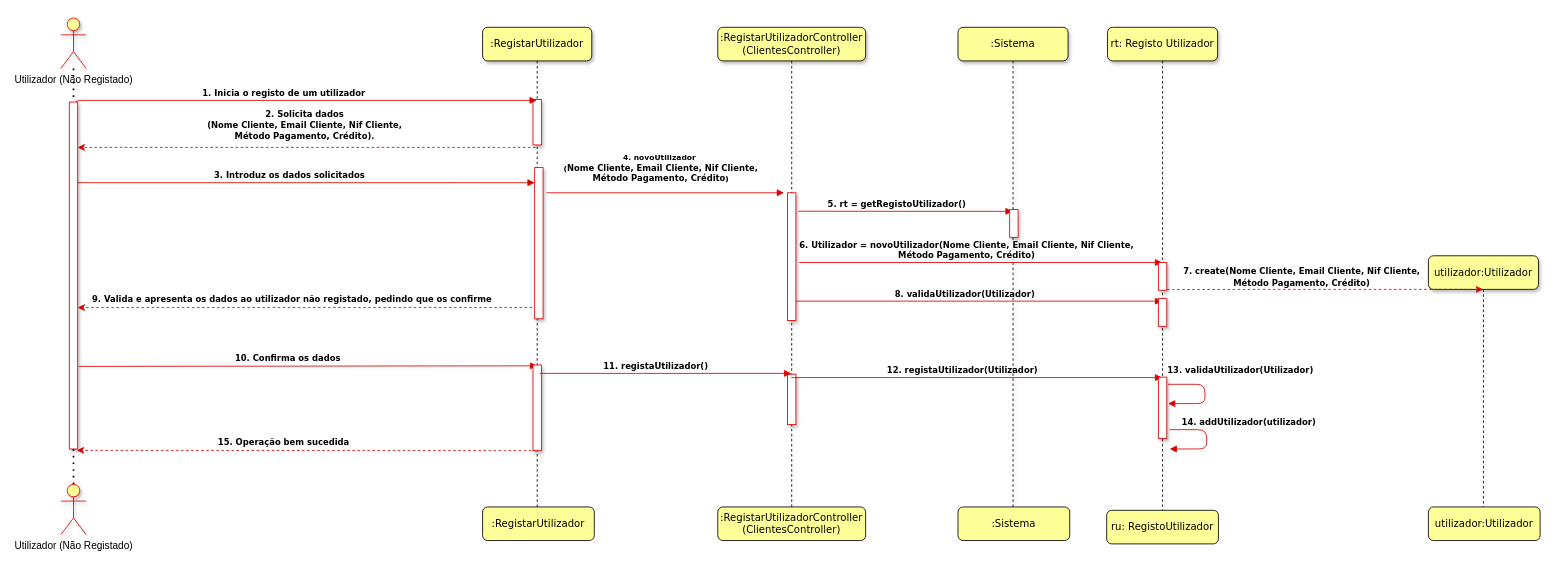
PauloTor/UPskillDOTNET keeps this draw.io diagram as User Stories/UC13/UC13DiagramaSequencia.drawio. Above is the earlier version. Source tidied: cells renumbered, new cells numbered last; positions are measured from the earlier drawing's top-left corner, leaving out a move shared by most shapes. Both pictures are drawn from the tidied source at 84%, with x=0, y=0 at pixel (60, 18).
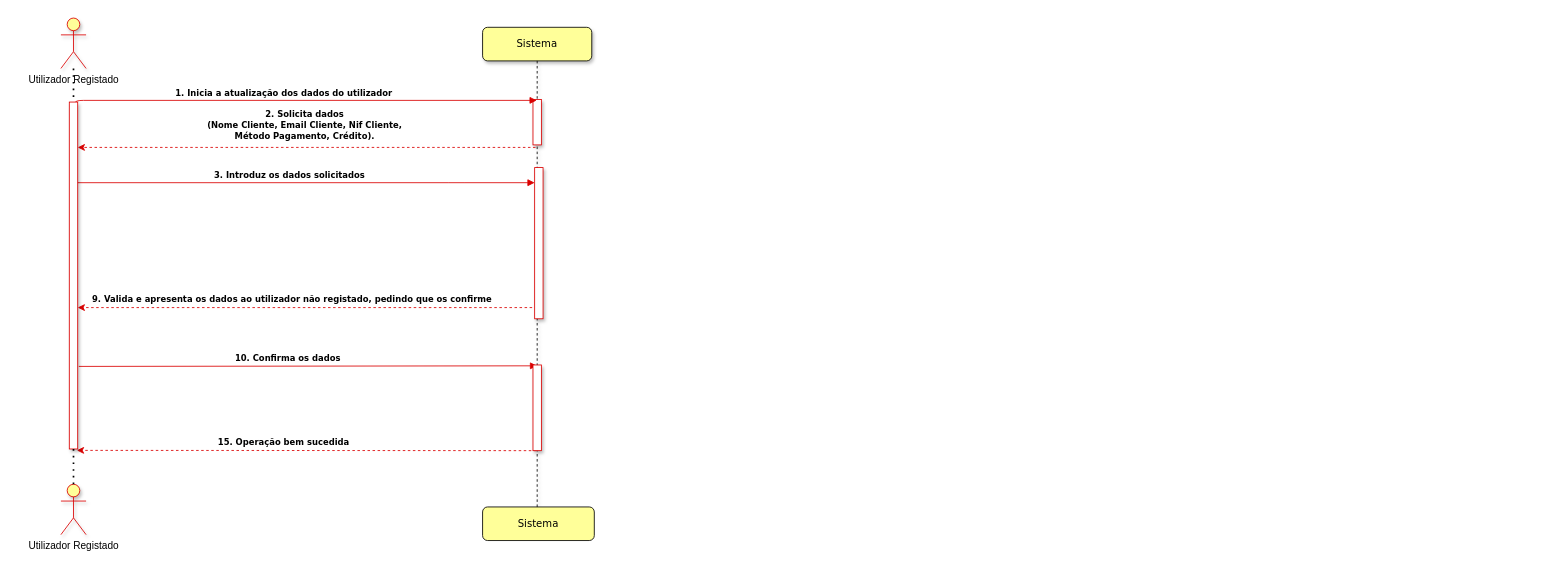
Above is the later version.

Diff of the diagram source:
```diff
@@
-    <mxCell id="2" value=":RegistarUtilizador" style="shape=umlLifeline;perimeter=lifelinePerimeter;whiteSpace=wrap;html=1;outlineConnect=0;rounded=1;shadow=1;comic=0;labelBackgroundColor=none;strokeWidth=1;fontFamily=Verdana;fontSize=12;align=center;fillColor=#FFFF99;" parent="1" vertex="1">
+    <mxCell id="2" value="Sistema" style="shape=umlLifeline;perimeter=lifelinePerimeter;whiteSpace=wrap;html=1;outlineConnect=0;rounded=1;shadow=1;comic=0;labelBackgroundColor=none;strokeWidth=1;fontFamily=Verdana;fontSize=12;align=center;fillColor=#FFFF99;" parent="1" vertex="1">
       <mxGeometry x="502" y="11" width="130" height="597" as="geometry" />
     </mxCell>
@@
-    <mxCell id="5" value="&lt;font style=&quot;font-size: 10px&quot;&gt;&lt;b&gt;1. Inicia o registo de um utilizador&amp;nbsp;&lt;/b&gt;&lt;/font&gt;" style="html=1;verticalAlign=bottom;endArrow=block;labelBackgroundColor=none;fontFamily=Verdana;fontSize=9;edgeStyle=elbowEdgeStyle;elbow=vertical;exitX=1.1;exitY=0.009;exitDx=0;exitDy=0;exitPerimeter=0;strokeColor=#DB0000;" parent="1" edge="1" target="2">
+    <mxCell id="5" value="&lt;font&gt;&lt;b style=&quot;font-size: 10px&quot;&gt;1. Inicia a &lt;/b&gt;&lt;span style=&quot;font-size: 10px&quot;&gt;&lt;b&gt;atualização&lt;/b&gt;&lt;/span&gt;&lt;b style=&quot;font-size: 10px&quot;&gt;&amp;nbsp;dos dados do utilizador&amp;nbsp;&lt;/b&gt;&lt;/font&gt;" style="html=1;verticalAlign=bottom;endArrow=block;labelBackgroundColor=none;fontFamily=Verdana;fontSize=9;edgeStyle=elbowEdgeStyle;elbow=vertical;exitX=1.1;exitY=0.009;exitDx=0;exitDy=0;exitPerimeter=0;strokeColor=#DB0000;" parent="1" edge="1" target="2">
       <mxGeometry x="-0.08" relative="1" as="geometry">
         <mxPoint x="17" y="103.5" as="sourcePoint" />
         <Array as="points">
           <mxPoint x="166" y="98" />
         </Array>
       </mxGeometry>
     </mxCell>
@@
-    <mxCell id="11" value="Utilizador (Não Registado)" style="shape=umlActor;verticalLabelPosition=bottom;verticalAlign=top;html=1;outlineConnect=0;strokeColor=#DB0000;fillColor=#FFFF99;shadow=1;sketch=0;" parent="1" vertex="1">
+    <mxCell id="11" value="Utilizador Registado" style="shape=umlActor;verticalLabelPosition=bottom;verticalAlign=top;html=1;outlineConnect=0;strokeColor=#DB0000;fillColor=#FFFF99;shadow=1;sketch=0;" parent="1" vertex="1">
       <mxGeometry width="30" height="60" as="geometry" />
     </mxCell>
@@
-    <mxCell id="13" value="Utilizador (Não Registado)" style="shape=umlActor;verticalLabelPosition=bottom;verticalAlign=top;html=1;outlineConnect=0;strokeColor=#DB0000;fillColor=#FFFF99;shadow=1;" parent="1" vertex="1">
+    <mxCell id="13" value="Utilizador Registado" style="shape=umlActor;verticalLabelPosition=bottom;verticalAlign=top;html=1;outlineConnect=0;strokeColor=#DB0000;fillColor=#FFFF99;shadow=1;" parent="1" vertex="1">
       <mxGeometry y="555" width="30" height="60" as="geometry" />
     </mxCell>
@@
-    <mxCell id="16" value=":RegistarUtilizador" style="shape=umlLifeline;perimeter=lifelinePerimeter;whiteSpace=wrap;html=1;rounded=1;shadow=0;comic=0;labelBackgroundColor=none;strokeWidth=1;fontFamily=Verdana;fontSize=12;align=center;fillColor=#FFFF99;" parent="1" vertex="1">
+    <mxCell id="16" value="Sistema" style="shape=umlLifeline;perimeter=lifelinePerimeter;whiteSpace=wrap;html=1;rounded=1;shadow=0;comic=0;labelBackgroundColor=none;strokeWidth=1;fontFamily=Verdana;fontSize=12;align=center;fillColor=#FFFF99;" parent="1" vertex="1">
       <mxGeometry x="502" y="582" width="133" height="40" as="geometry" />
     </mxCell>
@@
-    <mxCell id="18" value=":RegistarUtilizadorController&lt;br&gt;(ClientesController)" style="shape=umlLifeline;perimeter=lifelinePerimeter;whiteSpace=wrap;html=1;outlineConnect=0;rounded=1;shadow=1;comic=0;labelBackgroundColor=none;strokeWidth=1;fontFamily=Verdana;fontSize=12;align=center;fillColor=#FFFF99;" parent="1" vertex="1">
-      <mxGeometry x="782" y="11" width="176" height="602" as="geometry" />
-    </mxCell>
-    <mxCell id="19" style="html=1;points=[];perimeter=orthogonalPerimeter;rounded=0;shadow=1;comic=0;labelBackgroundColor=none;strokeWidth=1;fontFamily=Verdana;fontSize=12;align=center;strokeColor=#DB0000;" parent="18" vertex="1">
-      <mxGeometry x="83" y="197" width="10" height="152" as="geometry" />
-    </mxCell>
-    <mxCell id="20" value=":RegistarUtilizadorController (ClientesController)" style="shape=umlLifeline;perimeter=lifelinePerimeter;whiteSpace=wrap;html=1;rounded=1;shadow=0;comic=0;labelBackgroundColor=none;strokeWidth=1;fontFamily=Verdana;fontSize=12;align=center;fillColor=#FFFF99;" parent="1" vertex="1">
-      <mxGeometry x="782" y="582" width="176" height="40" as="geometry" />
-    </mxCell>
-    <mxCell id="21" value="&lt;font style=&quot;font-size: 9px&quot;&gt;&lt;b&gt;4. novoUtilizador&amp;nbsp;&lt;br&gt;&lt;/b&gt;&lt;b&gt;(&lt;/b&gt;&lt;b style=&quot;background-color: rgb(255 , 255 , 255) ; font-size: 10px&quot;&gt;Nome Cliente, Email Cliente, Nif Cliente,&lt;/b&gt;&lt;br style=&quot;font-size: 11px ; background-color: rgb(255 , 255 , 255)&quot;&gt;&lt;span style=&quot;background-color: rgb(255 , 255 , 255) ; font-size: 10px&quot;&gt;&lt;b&gt;Método&lt;/b&gt;&lt;/span&gt;&lt;b style=&quot;background-color: rgb(255 , 255 , 255) ; font-size: 10px&quot;&gt;&amp;nbsp;Pagamento, Crédito&lt;/b&gt;&lt;b&gt;)&lt;/b&gt;&lt;/font&gt;&lt;span style=&quot;font-size: 10px&quot;&gt;&lt;b&gt;&lt;br&gt;&lt;/b&gt;&lt;/span&gt;" style="html=1;verticalAlign=bottom;endArrow=block;labelBackgroundColor=none;fontFamily=Verdana;fontSize=9;edgeStyle=elbowEdgeStyle;elbow=vertical;strokeColor=#DB0000;entryX=-0.414;entryY=-0.001;entryDx=0;entryDy=0;entryPerimeter=0;" parent="1" edge="1" target="19">
-      <mxGeometry x="-0.04" y="9" relative="1" as="geometry">
-        <mxPoint x="578" y="208" as="sourcePoint" />
-        <Array as="points">
-          <mxPoint x="816" y="208" />
-          <mxPoint x="822" y="209" />
-          <mxPoint x="727" y="278" />
-          <mxPoint x="735" y="114" />
-          <mxPoint x="679" y="114" />
-        </Array>
-      </mxGeometry>
-    </mxCell>
-    <mxCell id="22" style="html=1;perimeter=orthogonalPerimeter;rounded=0;shadow=1;comic=0;labelBackgroundColor=none;strokeWidth=1;fontFamily=Verdana;fontSize=12;align=center;strokeColor=#DB0000;" parent="1" vertex="1">
-      <mxGeometry x="865" y="424" width="10" height="60" as="geometry" />
-    </mxCell>
-    <mxCell id="23" value="&lt;span style=&quot;font-size: 10px&quot;&gt;&lt;b&gt;11. registaUtilizador()&lt;/b&gt;&lt;/span&gt;" style="html=1;verticalAlign=bottom;endArrow=block;labelBackgroundColor=none;fontFamily=Verdana;fontSize=9;edgeStyle=elbowEdgeStyle;elbow=vertical;strokeColor=#DB0000;" parent="1" edge="1" target="18">
-      <mxGeometry x="-0.08" relative="1" as="geometry">
-        <mxPoint x="570" y="423" as="sourcePoint" />
-        <Array as="points">
-          <mxPoint x="683.7" y="423" />
-        </Array>
-      </mxGeometry>
-    </mxCell>
-    <mxCell id="24" value=":Sistema" style="shape=umlLifeline;perimeter=lifelinePerimeter;whiteSpace=wrap;html=1;outlineConnect=0;rounded=1;shadow=1;comic=0;labelBackgroundColor=none;strokeWidth=1;fontFamily=Verdana;fontSize=12;align=center;fillColor=#FFFF99;" parent="1" vertex="1">
-      <mxGeometry x="1068" y="11" width="131" height="599" as="geometry" />
-    </mxCell>
-    <mxCell id="25" value=":Sistema" style="shape=umlLifeline;perimeter=lifelinePerimeter;whiteSpace=wrap;html=1;rounded=1;shadow=0;comic=0;labelBackgroundColor=none;strokeWidth=1;fontFamily=Verdana;fontSize=12;align=center;fillColor=#FFFF99;" parent="1" vertex="1">
-      <mxGeometry x="1068" y="582" width="133" height="40" as="geometry" />
-    </mxCell>
-    <mxCell id="26" value="&lt;span style=&quot;font-size: 10px&quot;&gt;&lt;b&gt;6. Utilizador = novoUtilizador(&lt;/b&gt;&lt;/span&gt;&lt;b style=&quot;background-color: rgb(255 , 255 , 255) ; font-size: 10px&quot;&gt;Nome Cliente, Email Cliente, Nif Cliente,&lt;/b&gt;&lt;br style=&quot;font-size: 11px ; background-color: rgb(255 , 255 , 255)&quot;&gt;&lt;span style=&quot;background-color: rgb(255 , 255 , 255) ; font-size: 10px&quot;&gt;&lt;b&gt;Método&lt;/b&gt;&lt;/span&gt;&lt;b style=&quot;background-color: rgb(255 , 255 , 255) ; font-size: 10px&quot;&gt;&amp;nbsp;Pagamento, Crédito&lt;/b&gt;&lt;span style=&quot;font-size: 10px&quot;&gt;&lt;b&gt;)&lt;/b&gt;&lt;/span&gt;" style="html=1;verticalAlign=bottom;endArrow=block;labelBackgroundColor=none;fontFamily=Verdana;fontSize=9;edgeStyle=elbowEdgeStyle;elbow=vertical;strokeColor=#DB0000;" parent="1" edge="1" target="32">
-      <mxGeometry x="-0.08" relative="1" as="geometry">
-        <mxPoint x="879" y="291" as="sourcePoint" />
-        <Array as="points">
-          <mxPoint x="1089" y="291" />
-          <mxPoint x="1143" y="272" />
-          <mxPoint x="1017" y="238" />
-          <mxPoint x="965.7" y="218" />
-        </Array>
-      </mxGeometry>
-    </mxCell>
-    <mxCell id="27" value="&lt;span style=&quot;font-size: 10px&quot;&gt;&lt;b&gt;8. validaUtilizador(Utilizador)&lt;/b&gt;&lt;/span&gt;" style="html=1;verticalAlign=bottom;endArrow=block;labelBackgroundColor=none;fontFamily=Verdana;fontSize=9;edgeStyle=elbowEdgeStyle;elbow=vertical;strokeColor=#DB0000;" parent="1" edge="1" source="19" target="32">
-      <mxGeometry x="-0.08" relative="1" as="geometry">
-        <Array as="points">
-          <mxPoint x="1033" y="337" />
-          <mxPoint x="1041" y="302" />
-          <mxPoint x="965.7" y="277" />
-        </Array>
-      </mxGeometry>
-    </mxCell>
-    <mxCell id="28" value="utilizador:Utilizador" style="shape=umlLifeline;perimeter=lifelinePerimeter;whiteSpace=wrap;html=1;outlineConnect=0;rounded=1;shadow=1;comic=0;labelBackgroundColor=none;strokeWidth=1;fontFamily=Verdana;fontSize=12;align=center;fillColor=#FFFF99;" parent="1" vertex="1">
-      <mxGeometry x="1628" y="283" width="131" height="331" as="geometry" />
-    </mxCell>
-    <mxCell id="29" value="utilizador:Utilizador" style="shape=umlLifeline;perimeter=lifelinePerimeter;whiteSpace=wrap;html=1;rounded=1;shadow=0;comic=0;labelBackgroundColor=none;strokeWidth=1;fontFamily=Verdana;fontSize=12;align=center;fillColor=#FFFF99;" parent="1" vertex="1">
-      <mxGeometry x="1628" y="582" width="133" height="40" as="geometry" />
-    </mxCell>
-    <mxCell id="30" value="&lt;font face=&quot;Verdana&quot;&gt;&lt;span style=&quot;font-size: 10px&quot;&gt;&lt;b&gt;7. create&lt;/b&gt;&lt;/span&gt;&lt;/font&gt;&lt;span style=&quot;font-family: &amp;#34;verdana&amp;#34; ; background-color: rgb(248 , 249 , 250) ; font-size: 10px&quot;&gt;&lt;b&gt;(&lt;/b&gt;&lt;/span&gt;&lt;b style=&quot;font-family: &amp;#34;verdana&amp;#34; ; font-size: 10px&quot;&gt;Nome Cliente, Email Cliente, Nif Cliente,&lt;/b&gt;&lt;br style=&quot;font-family: &amp;#34;verdana&amp;#34;&quot;&gt;&lt;span style=&quot;font-family: &amp;#34;verdana&amp;#34; ; font-size: 10px&quot;&gt;&lt;b&gt;Método&lt;/b&gt;&lt;/span&gt;&lt;b style=&quot;font-family: &amp;#34;verdana&amp;#34; ; font-size: 10px&quot;&gt;&amp;nbsp;Pagamento, Crédito&lt;/b&gt;&lt;span style=&quot;font-family: &amp;#34;verdana&amp;#34; ; background-color: rgb(248 , 249 , 250) ; font-size: 10px&quot;&gt;&lt;b&gt;)&lt;/b&gt;&lt;/span&gt;" style="endArrow=classic;html=1;dashed=1;strokeColor=#DB0000;exitX=1.039;exitY=0.977;exitDx=0;exitDy=0;exitPerimeter=0;" parent="1" edge="1" source="33" target="28">
-      <mxGeometry x="-0.15" y="16" relative="1" as="geometry">
-        <Array as="points">
-          <mxPoint x="1437" y="323" />
-        </Array>
-        <mxPoint y="1" as="offset" />
-      </mxGeometry>
-    </mxCell>
-    <mxCell id="31" value="&lt;span style=&quot;font-size: 10px&quot;&gt;&lt;b&gt;12. registaUtilizador(Utilizador)&lt;/b&gt;&lt;/span&gt;" style="html=1;verticalAlign=bottom;endArrow=block;labelBackgroundColor=none;fontFamily=Verdana;fontSize=9;edgeStyle=elbowEdgeStyle;elbow=vertical;strokeColor=#DB0000;" parent="1" edge="1" source="18" target="32">
-      <mxGeometry x="-0.08" relative="1" as="geometry">
-        <Array as="points">
-          <mxPoint x="1002" y="428" />
-          <mxPoint x="955" y="429" />
-        </Array>
-      </mxGeometry>
-    </mxCell>
-    <mxCell id="32" value="rt: Registo Utilizador" style="shape=umlLifeline;perimeter=lifelinePerimeter;whiteSpace=wrap;html=1;outlineConnect=0;rounded=1;shadow=1;comic=0;labelBackgroundColor=none;strokeWidth=1;fontFamily=Verdana;fontSize=12;align=center;fillColor=#FFFF99;" parent="1" vertex="1">
-      <mxGeometry x="1246" y="11" width="131" height="602" as="geometry" />
-    </mxCell>
-    <mxCell id="33" style="html=1;points=[];perimeter=orthogonalPerimeter;rounded=0;shadow=1;comic=0;labelBackgroundColor=none;strokeWidth=1;fontFamily=Verdana;fontSize=12;align=center;strokeColor=#DB0000;" parent="32" vertex="1">
-      <mxGeometry x="60.5" y="280" width="10" height="33" as="geometry" />
-    </mxCell>
-    <mxCell id="34" style="html=1;perimeter=orthogonalPerimeter;rounded=0;shadow=1;comic=0;labelBackgroundColor=none;strokeWidth=1;fontFamily=Verdana;fontSize=12;align=center;strokeColor=#DB0000;" parent="32" vertex="1">
-      <mxGeometry x="60.5" y="323" width="10" height="33" as="geometry" />
-    </mxCell>
-    <mxCell id="35" style="html=1;perimeter=orthogonalPerimeter;rounded=0;shadow=1;comic=0;labelBackgroundColor=none;strokeWidth=1;fontFamily=Verdana;fontSize=12;align=center;strokeColor=#DB0000;" parent="32" vertex="1">
-      <mxGeometry x="60.5" y="416.5" width="10" height="73" as="geometry" />
-    </mxCell>
-    <mxCell id="36" value="ru: RegistoUtilizador" style="shape=umlLifeline;perimeter=lifelinePerimeter;whiteSpace=wrap;html=1;rounded=1;shadow=0;comic=0;labelBackgroundColor=none;strokeWidth=1;fontFamily=Verdana;fontSize=12;align=center;fillColor=#FFFF99;" parent="1" vertex="1">
-      <mxGeometry x="1245" y="586" width="133" height="40" as="geometry" />
-    </mxCell>
-    <mxCell id="37" value="&lt;span style=&quot;font-size: 10px&quot;&gt;&lt;b&gt;5. rt = getRegistoUtilizador()&lt;/b&gt;&lt;/span&gt;" style="html=1;verticalAlign=bottom;endArrow=block;labelBackgroundColor=none;fontFamily=Verdana;fontSize=9;edgeStyle=elbowEdgeStyle;elbow=vertical;strokeColor=#DB0000;" parent="1" edge="1" target="24">
-      <mxGeometry x="-0.08" relative="1" as="geometry">
-        <mxPoint x="878" y="230" as="sourcePoint" />
-        <Array as="points">
-          <mxPoint x="1090" y="230.1" />
-          <mxPoint x="1096" y="231.1" />
-          <mxPoint x="1001" y="300.1" />
-          <mxPoint x="1009" y="136.2" />
-          <mxPoint x="953" y="136.2" />
-        </Array>
-      </mxGeometry>
-    </mxCell>
-    <mxCell id="38" style="html=1;perimeter=orthogonalPerimeter;rounded=0;shadow=1;comic=0;labelBackgroundColor=none;strokeWidth=1;fontFamily=Verdana;fontSize=12;align=center;strokeColor=#DB0000;" parent="1" vertex="1">
-      <mxGeometry x="1129.5" y="228" width="10" height="33" as="geometry" />
-    </mxCell>
-    <mxCell id="39" value="&lt;span style=&quot;font-size: 10px&quot;&gt;&lt;b&gt;13. validaUtilizador(Utilizador)&lt;/b&gt;&lt;/span&gt;" style="html=1;verticalAlign=bottom;endArrow=block;labelBackgroundColor=none;fontFamily=Verdana;fontSize=9;edgeStyle=orthogonalEdgeStyle;elbow=vertical;strokeColor=#DB0000;" parent="1" edge="1">
-      <mxGeometry x="-0.21" y="43" relative="1" as="geometry">
-        <mxPoint x="1318" y="436" as="sourcePoint" />
-        <mxPoint x="1318" y="459" as="targetPoint" />
-        <Array as="points">
-          <mxPoint x="1362" y="436" />
-          <mxPoint x="1362" y="459" />
-        </Array>
-        <mxPoint x="-1" y="-8" as="offset" />
-      </mxGeometry>
-    </mxCell>
-    <mxCell id="40" value="&lt;span style=&quot;font-size: 10px&quot;&gt;&lt;b&gt;14. addUtilizador(utilizador)&lt;/b&gt;&lt;/span&gt;" style="html=1;verticalAlign=bottom;endArrow=block;labelBackgroundColor=none;fontFamily=Verdana;fontSize=9;edgeStyle=orthogonalEdgeStyle;elbow=vertical;strokeColor=#DB0000;" parent="1" edge="1">
-      <mxGeometry x="-0.21" y="50" relative="1" as="geometry">
-        <mxPoint x="1320" y="490" as="sourcePoint" />
-        <mxPoint x="1320" y="513" as="targetPoint" />
-        <Array as="points">
-          <mxPoint x="1364" y="490" />
-          <mxPoint x="1364" y="513" />
-        </Array>
-      </mxGeometry>
-    </mxCell>
```
